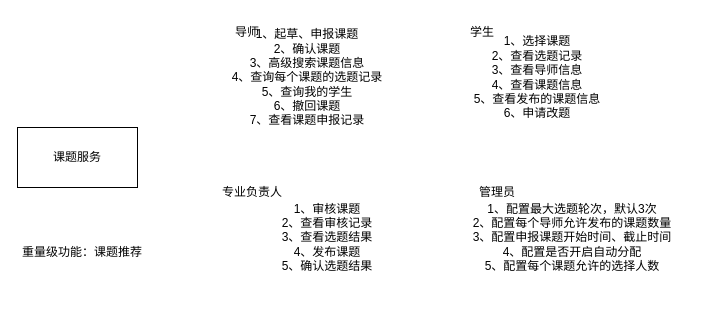
Before: page "课题服务" (3 of 11) of 毕设管理系统/功能层次图.drawio in FdfGithub/drawio, a draw.io diagram. Source tidied: cells renumbered, new cells numbered last; positions are measured from the earlier drawing's top-left corner, leaving out a move shared by most shapes. Both pictures are drawn from the tidied source at 100%, with x=0, y=0 at pixel (17, 17).
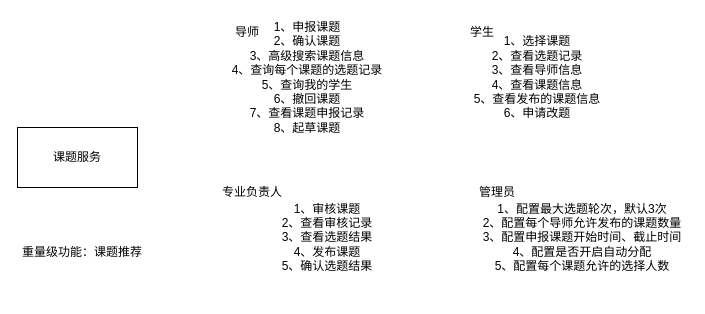
The same page after the edit.

Commit message:
更新功能层次图.drawio

The edit, as a diff of the source:
```diff
@@
 <mxGraphModel>
   <root>
     <mxCell id="0" />
     <mxCell id="1" parent="0" />
     <mxCell id="2" value="课题服务" style="rounded=0;whiteSpace=wrap;html=1;" parent="1" vertex="1">
       <mxGeometry y="110" width="120" height="60" as="geometry" />
     </mxCell>
-    <mxCell id="3" value="1、起草、申报课题&lt;br&gt;2、确认课题&lt;br&gt;3、高级搜索课题信息&lt;br&gt;4、查询每个课题的选题记录&lt;br&gt;5、查询我的学生&lt;br&gt;6、撤回课题&lt;br&gt;7、查看课题申报记录" style="text;html=1;strokeColor=none;fillColor=none;align=center;verticalAlign=middle;whiteSpace=wrap;rounded=0;" parent="1" vertex="1">
+    <mxCell id="3" value="1、申报课题&lt;br&gt;2、确认课题&lt;br&gt;3、高级搜索课题信息&lt;br&gt;4、查询每个课题的选题记录&lt;br&gt;5、查询我的学生&lt;br&gt;6、撤回课题&lt;br&gt;7、查看课题申报记录&lt;br&gt;8、起草课题" style="text;html=1;strokeColor=none;fillColor=none;align=center;verticalAlign=middle;whiteSpace=wrap;rounded=0;" parent="1" vertex="1">
       <mxGeometry x="200" width="180" height="120" as="geometry" />
     </mxCell>
     <mxCell id="4" value="导师" style="text;html=1;strokeColor=none;fillColor=none;align=center;verticalAlign=middle;whiteSpace=wrap;rounded=0;" parent="1" vertex="1">
       <mxGeometry x="200" width="60" height="30" as="geometry" />
     </mxCell>
     <mxCell id="5" value="1、审核课题&lt;br&gt;2、查看审核记录&lt;br&gt;3、查看选题结果&lt;br&gt;4、发布课题&lt;br&gt;5、确认选题结果" style="text;html=1;strokeColor=none;fillColor=none;align=center;verticalAlign=middle;whiteSpace=wrap;rounded=0;" parent="1" vertex="1">
       <mxGeometry x="220" y="160" width="180" height="120" as="geometry" />
     </mxCell>
     <mxCell id="6" value="专业负责人" style="text;html=1;strokeColor=none;fillColor=none;align=center;verticalAlign=middle;whiteSpace=wrap;rounded=0;" parent="1" vertex="1">
       <mxGeometry x="200" y="160" width="70" height="30" as="geometry" />
     </mxCell>
     <mxCell id="7" value="学生" style="text;html=1;strokeColor=none;fillColor=none;align=center;verticalAlign=middle;whiteSpace=wrap;rounded=0;" parent="1" vertex="1">
       <mxGeometry x="430" width="70" height="30" as="geometry" />
     </mxCell>
     <mxCell id="8" value="1、选择课题&lt;br&gt;2、查看选题记录&lt;br&gt;3、查看导师信息&lt;br&gt;4、查看课题信息&lt;br&gt;5、查看发布的课题信息&lt;br&gt;6、申请改题" style="text;html=1;strokeColor=none;fillColor=none;align=center;verticalAlign=middle;whiteSpace=wrap;rounded=0;" parent="1" vertex="1">
       <mxGeometry x="430" width="180" height="120" as="geometry" />
     </mxCell>
     <mxCell id="9" value="1、配置最大选题轮次，默认3次&lt;br&gt;2、配置每个导师允许发布的课题数量&lt;br&gt;3、配置申报课题开始时间、截止时间&lt;br&gt;4、配置是否开启自动分配&lt;br&gt;5、配置每个课题允许的选择人数" style="text;html=1;strokeColor=none;fillColor=none;align=center;verticalAlign=middle;whiteSpace=wrap;rounded=0;" parent="1" vertex="1">
-      <mxGeometry x="450" y="160" width="210" height="120" as="geometry" />
+      <mxGeometry x="460" y="160" width="210" height="120" as="geometry" />
     </mxCell>
     <mxCell id="10" value="管理员" style="text;html=1;strokeColor=none;fillColor=none;align=center;verticalAlign=middle;whiteSpace=wrap;rounded=0;" parent="1" vertex="1">
       <mxGeometry x="450" y="160" width="60" height="30" as="geometry" />
     </mxCell>
     <mxCell id="11" value="重量级功能：课题推荐" style="text;html=1;strokeColor=none;fillColor=none;align=center;verticalAlign=middle;whiteSpace=wrap;rounded=0;" parent="1" vertex="1">
       <mxGeometry y="220" width="130" height="30" as="geometry" />
     </mxCell>
   </root>
 </mxGraphModel>
```
